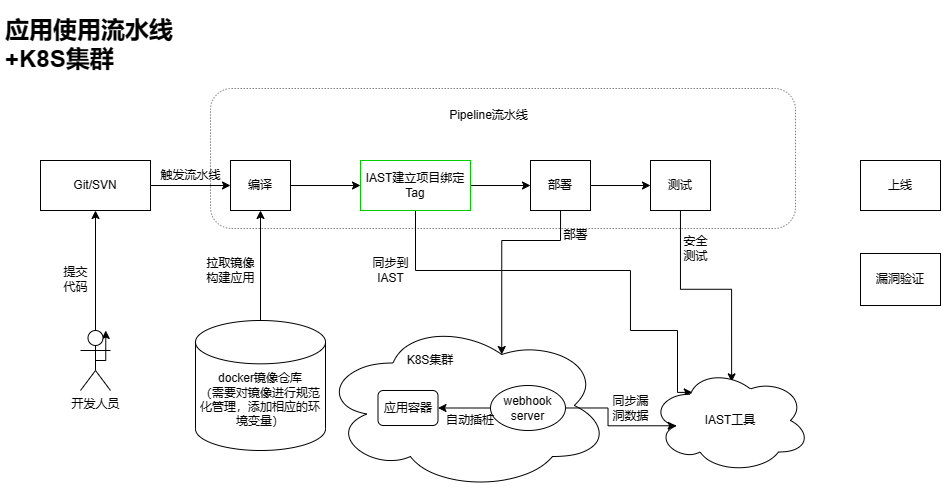
The draw.io diagram k8s.png in coutcin-xw/FlowChart, before a commit. Source tidied: cells renumbered, new cells last; positions are measured from the earlier drawing's top-left corner, leaving out a move shared by most shapes.
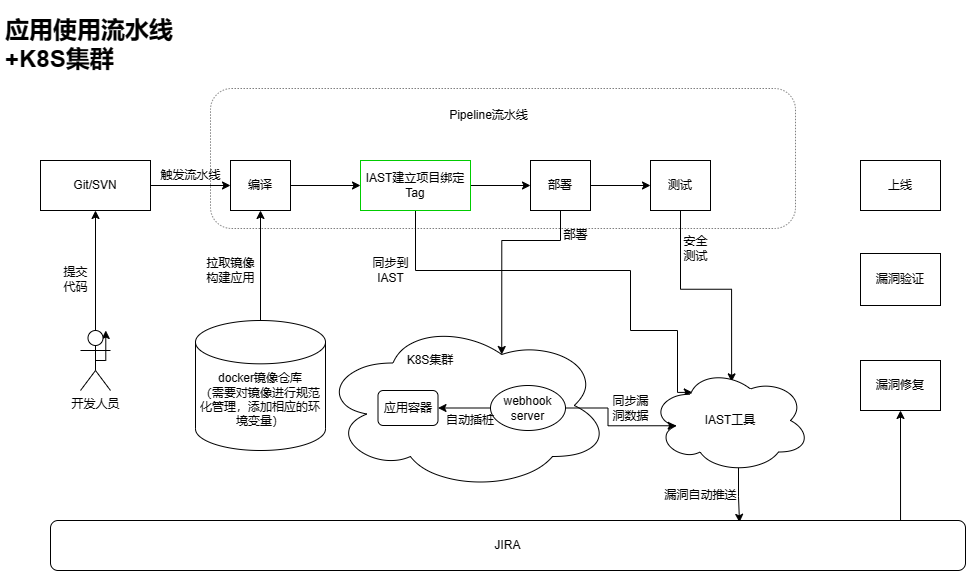
After the change.

What changed in the source:
```diff
@@ -85,6 +85,9 @@
     <mxCell id="24" value="部署" style="text;html=1;align=center;verticalAlign=middle;strokeColor=none;fillColor=none;" parent="1" vertex="1">
       <mxGeometry x="550" y="210" width="50" height="30" as="geometry" />
     </mxCell>
+    <mxCell id="39" style="edgeStyle=orthogonalEdgeStyle;rounded=0;jettySize=auto;html=1;exitX=0.55;exitY=0.95;exitDx=0;exitDy=0;exitPerimeter=0;entryX=0.753;entryY=0.037;entryDx=0;entryDy=0;entryPerimeter=0;" parent="1" edge="1" source="25" target="40">
+      <mxGeometry relative="1" as="geometry" />
+    </mxCell>
     <mxCell id="25" value="IAST工具" style="ellipse;shape=cloud;whiteSpace=wrap;html=1;" parent="1" vertex="1">
       <mxGeometry x="650" y="357.5" width="160" height="105" as="geometry" />
     </mxCell>
@@ -127,5 +130,17 @@
     <mxCell id="38" value="同步漏&lt;br&gt;洞数据" style="text;html=1;align=center;verticalAlign=middle;strokeColor=none;fillColor=none;" parent="1" vertex="1">
       <mxGeometry x="600" y="377.5" width="60" height="40" as="geometry" />
     </mxCell>
+    <mxCell id="40" value="JIRA" style="rounded=1;whiteSpace=wrap;html=1;" parent="1" vertex="1">
+      <mxGeometry x="50" y="510" width="915" height="50" as="geometry" />
+    </mxCell>
+    <mxCell id="41" value="漏洞自动推送" style="text;html=1;align=center;verticalAlign=middle;strokeColor=none;fillColor=none;" parent="1" vertex="1">
+      <mxGeometry x="650" y="470" width="100" height="30" as="geometry" />
+    </mxCell>
+    <mxCell id="42" style="edgeStyle=orthogonalEdgeStyle;rounded=0;jettySize=auto;html=1;entryX=0.5;entryY=1;entryDx=0;entryDy=0;exitX=0.929;exitY=0;exitDx=0;exitDy=0;exitPerimeter=0;" parent="1" edge="1" source="40" target="43">
+      <mxGeometry relative="1" as="geometry" />
+    </mxCell>
+    <mxCell id="43" value="漏洞修复" style="whiteSpace=wrap;html=1;" parent="1" vertex="1">
+      <mxGeometry x="860" y="350" width="80" height="50" as="geometry" />
+    </mxCell>
   </root>
 </mxGraphModel>
```
